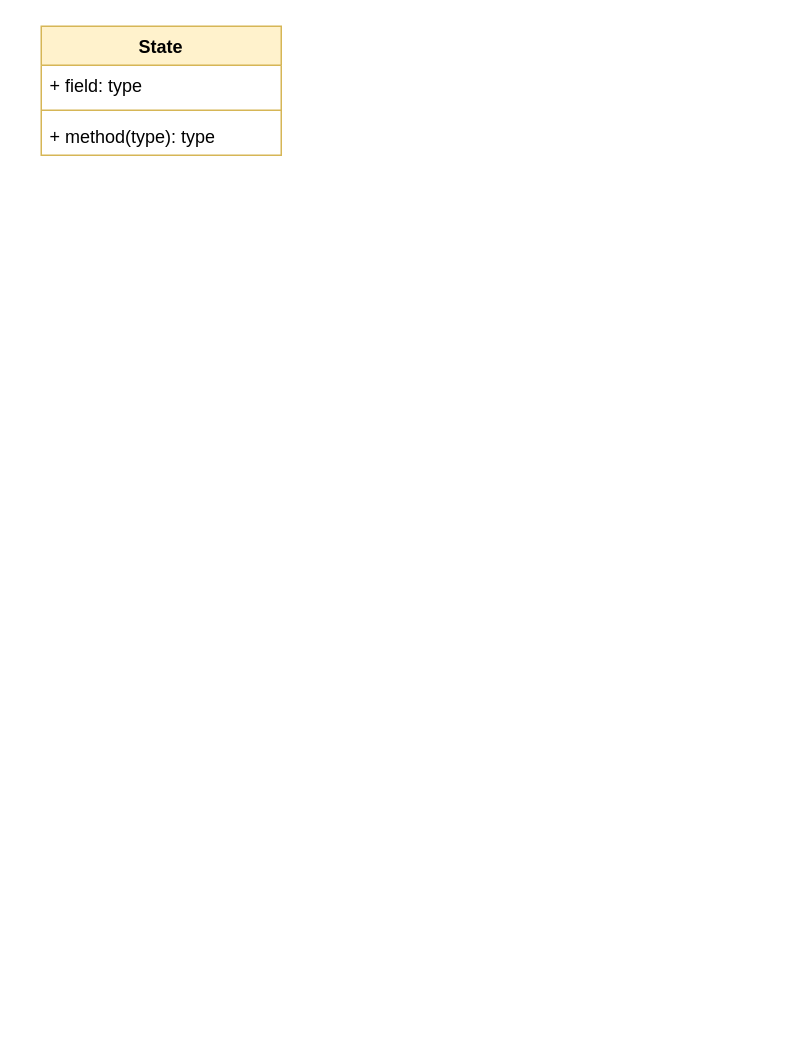
Noah-B-Reef/CS-3560-Homework-3 keeps this draw.io diagram as Q3B.drawio. Above is the earlier version. Source tidied: cells renumbered, new cells numbered last; positions are measured from the earlier drawing's top-left corner, leaving out a move shared by most shapes. Both pictures are drawn from the tidied source at 150%, with x=0, y=0 at pixel (40, 26).
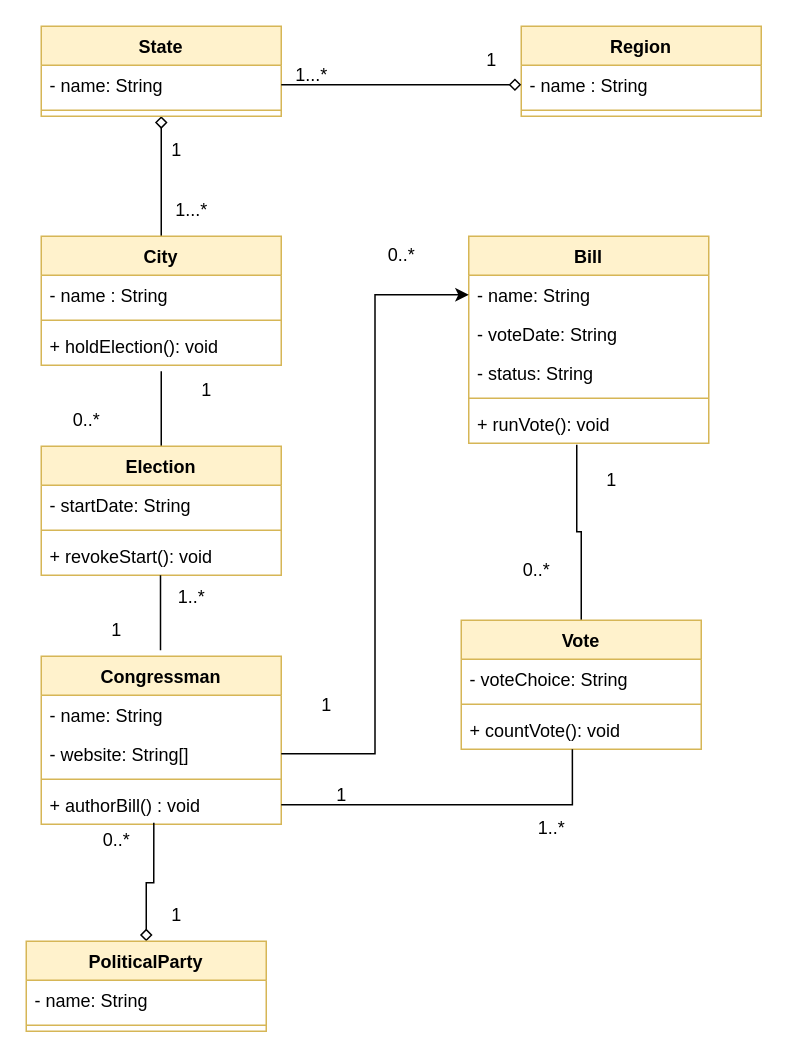
The same page after the edit.

Diff of the diagram source:
```diff
@@
+    <mxCell id="6" style="edgeStyle=orthogonalEdgeStyle;rounded=0;jettySize=auto;html=1;exitX=0.5;exitY=1;exitDx=0;exitDy=0;entryX=0.5;entryY=0;entryDx=0;entryDy=0;startArrow=diamond;startFill=0;endArrow=none;endFill=0;" parent="1" edge="1" source="2" target="10">
+      <mxGeometry relative="1" as="geometry" />
+    </mxCell>
     <mxCell id="2" value="State" style="swimlane;fontStyle=1;align=center;verticalAlign=top;horizontal=1;startSize=26;whiteSpace=wrap;html=1;fillColor=#fff2cc;strokeColor=#d6b656;" parent="1" vertex="1">
-      <mxGeometry width="160" height="86" as="geometry" />
+      <mxGeometry width="160" height="60" as="geometry" />
     </mxCell>
-    <mxCell id="3" value="+ field: type" style="text;strokeColor=none;fillColor=none;align=left;verticalAlign=top;spacingLeft=4;spacingRight=4;overflow=hidden;points=[[0,0.5],[1,0.5]];portConstraint=eastwest;whiteSpace=wrap;html=1;" parent="2" vertex="1">
+    <mxCell id="3" value="- name: String" style="text;strokeColor=none;fillColor=none;align=left;verticalAlign=top;spacingLeft=4;spacingRight=4;overflow=hidden;points=[[0,0.5],[1,0.5]];portConstraint=eastwest;whiteSpace=wrap;html=1;" parent="2" vertex="1">
       <mxGeometry y="26" width="160" height="26" as="geometry" />
     </mxCell>
@@
-    <mxCell id="5" value="+ method(type): type" style="text;strokeColor=none;fillColor=none;align=left;verticalAlign=top;spacingLeft=4;spacingRight=4;overflow=hidden;whiteSpace=wrap;html=1;" parent="2" vertex="1">
-      <mxGeometry y="60" width="160" height="26" as="geometry" />
-    </mxCell>
+    <mxCell id="7" value="Region" style="swimlane;fontStyle=1;align=center;verticalAlign=top;horizontal=1;startSize=26;whiteSpace=wrap;html=1;fillColor=#fff2cc;strokeColor=#d6b656;" parent="1" vertex="1">
+      <mxGeometry x="320" width="160" height="60" as="geometry" />
+    </mxCell>
+    <mxCell id="8" value="- name : String" style="text;strokeColor=none;fillColor=none;align=left;verticalAlign=top;spacingLeft=4;spacingRight=4;overflow=hidden;points=[[0,0.5],[1,0.5]];portConstraint=eastwest;whiteSpace=wrap;html=1;" parent="7" vertex="1">
+      <mxGeometry y="26" width="160" height="26" as="geometry" />
+    </mxCell>
+    <mxCell id="9" style="line;strokeWidth=1;fillColor=none;align=left;verticalAlign=middle;spacingTop=-1;spacingLeft=3;spacingRight=3;labelPosition=right;strokeColor=inherit;" parent="7" vertex="1">
+      <mxGeometry y="52" width="160" height="8" as="geometry" />
+    </mxCell>
+    <mxCell id="10" value="City" style="swimlane;fontStyle=1;align=center;verticalAlign=top;horizontal=1;startSize=26;whiteSpace=wrap;html=1;fillColor=#fff2cc;strokeColor=#d6b656;" parent="1" vertex="1">
+      <mxGeometry y="140" width="160" height="86" as="geometry" />
+    </mxCell>
+    <mxCell id="11" value="- name : String&amp;nbsp;" style="text;strokeColor=none;fillColor=none;align=left;verticalAlign=top;spacingLeft=4;spacingRight=4;overflow=hidden;whiteSpace=wrap;html=1;" parent="10" vertex="1">
+      <mxGeometry y="26" width="160" height="26" as="geometry" />
+    </mxCell>
+    <mxCell id="12" style="line;strokeWidth=1;fillColor=none;align=left;verticalAlign=middle;spacingTop=-1;spacingLeft=3;spacingRight=3;labelPosition=right;strokeColor=inherit;" parent="10" vertex="1">
+      <mxGeometry y="52" width="160" height="8" as="geometry" />
+    </mxCell>
+    <mxCell id="13" value="+ holdElection(): void" style="text;strokeColor=none;fillColor=none;align=left;verticalAlign=top;spacingLeft=4;spacingRight=4;overflow=hidden;whiteSpace=wrap;html=1;" parent="10" vertex="1">
+      <mxGeometry y="60" width="160" height="26" as="geometry" />
+    </mxCell>
+    <mxCell id="14" style="edgeStyle=orthogonalEdgeStyle;rounded=0;jettySize=auto;html=1;exitX=0.5;exitY=0;exitDx=0;exitDy=0;endArrow=none;endFill=0;" parent="1" edge="1" source="15">
+      <mxGeometry relative="1" as="geometry">
+        <mxPoint x="80" y="230" as="targetPoint" />
+      </mxGeometry>
+    </mxCell>
+    <mxCell id="15" value="Election" style="swimlane;fontStyle=1;align=center;verticalAlign=top;horizontal=1;startSize=26;whiteSpace=wrap;html=1;fillColor=#fff2cc;strokeColor=#d6b656;" parent="1" vertex="1">
+      <mxGeometry y="280" width="160" height="86" as="geometry" />
+    </mxCell>
+    <mxCell id="16" value="- startDate: String" style="text;strokeColor=none;fillColor=none;align=left;verticalAlign=top;spacingLeft=4;spacingRight=4;overflow=hidden;whiteSpace=wrap;html=1;" parent="15" vertex="1">
+      <mxGeometry y="26" width="160" height="26" as="geometry" />
+    </mxCell>
+    <mxCell id="17" style="line;strokeWidth=1;fillColor=none;align=left;verticalAlign=middle;spacingTop=-1;spacingLeft=3;spacingRight=3;labelPosition=right;strokeColor=inherit;" parent="15" vertex="1">
+      <mxGeometry y="52" width="160" height="8" as="geometry" />
+    </mxCell>
+    <mxCell id="18" value="+ revokeStart(): void" style="text;strokeColor=none;fillColor=none;align=left;verticalAlign=top;spacingLeft=4;spacingRight=4;overflow=hidden;whiteSpace=wrap;html=1;" parent="15" vertex="1">
+      <mxGeometry y="60" width="160" height="26" as="geometry" />
+    </mxCell>
+    <mxCell id="19" value="Bill" style="swimlane;fontStyle=1;align=center;verticalAlign=top;horizontal=1;startSize=26;whiteSpace=wrap;html=1;fillColor=#fff2cc;strokeColor=#d6b656;" parent="1" vertex="1">
+      <mxGeometry x="285" y="140" width="160" height="138" as="geometry" />
+    </mxCell>
+    <mxCell id="20" value="- name: String" style="text;strokeColor=none;fillColor=none;align=left;verticalAlign=top;spacingLeft=4;spacingRight=4;overflow=hidden;points=[[0,0.5],[1,0.5]];portConstraint=eastwest;whiteSpace=wrap;html=1;" parent="19" vertex="1">
+      <mxGeometry y="26" width="160" height="26" as="geometry" />
+    </mxCell>
+    <mxCell id="21" value="- voteDate: String" style="text;strokeColor=none;fillColor=none;align=left;verticalAlign=top;spacingLeft=4;spacingRight=4;overflow=hidden;whiteSpace=wrap;html=1;" parent="19" vertex="1">
+      <mxGeometry y="52" width="160" height="26" as="geometry" />
+    </mxCell>
+    <mxCell id="22" value="- status: String" style="text;strokeColor=none;fillColor=none;align=left;verticalAlign=top;spacingLeft=4;spacingRight=4;overflow=hidden;whiteSpace=wrap;html=1;" parent="19" vertex="1">
+      <mxGeometry y="78" width="160" height="26" as="geometry" />
+    </mxCell>
+    <mxCell id="23" style="line;strokeWidth=1;fillColor=none;align=left;verticalAlign=middle;spacingTop=-1;spacingLeft=3;spacingRight=3;labelPosition=right;strokeColor=inherit;" parent="19" vertex="1">
+      <mxGeometry y="104" width="160" height="8" as="geometry" />
+    </mxCell>
+    <mxCell id="24" value="+ runVote(): void" style="text;strokeColor=none;fillColor=none;align=left;verticalAlign=top;spacingLeft=4;spacingRight=4;overflow=hidden;points=[[0,0.5],[1,0.5]];portConstraint=eastwest;whiteSpace=wrap;html=1;" parent="19" vertex="1">
+      <mxGeometry y="112" width="160" height="26" as="geometry" />
+    </mxCell>
+    <mxCell id="25" value="Congressman" style="swimlane;fontStyle=1;align=center;verticalAlign=top;horizontal=1;startSize=26;whiteSpace=wrap;html=1;fillColor=#fff2cc;strokeColor=#d6b656;" parent="1" vertex="1">
+      <mxGeometry y="420" width="160" height="112" as="geometry" />
+    </mxCell>
+    <mxCell id="26" value="- name: String" style="text;strokeColor=none;fillColor=none;align=left;verticalAlign=top;spacingLeft=4;spacingRight=4;overflow=hidden;whiteSpace=wrap;html=1;" parent="25" vertex="1">
+      <mxGeometry y="26" width="160" height="26" as="geometry" />
+    </mxCell>
+    <mxCell id="27" value="- website: String[]" style="text;strokeColor=none;fillColor=none;align=left;verticalAlign=top;spacingLeft=4;spacingRight=4;overflow=hidden;points=[[0,0.5],[1,0.5]];portConstraint=eastwest;whiteSpace=wrap;html=1;" parent="25" vertex="1">
+      <mxGeometry y="52" width="160" height="26" as="geometry" />
+    </mxCell>
+    <mxCell id="28" style="line;strokeWidth=1;fillColor=none;align=left;verticalAlign=middle;spacingTop=-1;spacingLeft=3;spacingRight=3;labelPosition=right;strokeColor=inherit;" parent="25" vertex="1">
+      <mxGeometry y="78" width="160" height="8" as="geometry" />
+    </mxCell>
+    <mxCell id="29" value="+ authorBill() : void" style="text;strokeColor=none;fillColor=none;align=left;verticalAlign=top;spacingLeft=4;spacingRight=4;overflow=hidden;points=[[0,0.5],[1,0.5]];portConstraint=eastwest;whiteSpace=wrap;html=1;" parent="25" vertex="1">
+      <mxGeometry y="86" width="160" height="26" as="geometry" />
+    </mxCell>
+    <mxCell id="30" style="edgeStyle=orthogonalEdgeStyle;rounded=0;jettySize=auto;html=1;exitX=0.5;exitY=0;exitDx=0;exitDy=0;entryX=0.45;entryY=1.038;entryDx=0;entryDy=0;entryPerimeter=0;endArrow=none;endFill=0;" parent="1" edge="1" source="31" target="24">
+      <mxGeometry relative="1" as="geometry" />
+    </mxCell>
+    <mxCell id="31" value="Vote" style="swimlane;fontStyle=1;align=center;verticalAlign=top;horizontal=1;startSize=26;whiteSpace=wrap;html=1;fillColor=#fff2cc;strokeColor=#d6b656;" parent="1" vertex="1">
+      <mxGeometry x="280" y="396" width="160" height="86" as="geometry" />
+    </mxCell>
+    <mxCell id="32" value="- voteChoice: String" style="text;strokeColor=none;fillColor=none;align=left;verticalAlign=top;spacingLeft=4;spacingRight=4;overflow=hidden;whiteSpace=wrap;html=1;" parent="31" vertex="1">
+      <mxGeometry y="26" width="160" height="26" as="geometry" />
+    </mxCell>
+    <mxCell id="33" style="line;strokeWidth=1;fillColor=none;align=left;verticalAlign=middle;spacingTop=-1;spacingLeft=3;spacingRight=3;labelPosition=right;strokeColor=inherit;" parent="31" vertex="1">
+      <mxGeometry y="52" width="160" height="8" as="geometry" />
+    </mxCell>
+    <mxCell id="34" value="+ countVote(): void" style="text;strokeColor=none;fillColor=none;align=left;verticalAlign=top;spacingLeft=4;spacingRight=4;overflow=hidden;points=[[0,0.5],[1,0.5]];portConstraint=eastwest;whiteSpace=wrap;html=1;" parent="31" vertex="1">
+      <mxGeometry y="60" width="160" height="26" as="geometry" />
+    </mxCell>
+    <mxCell id="35" style="edgeStyle=orthogonalEdgeStyle;rounded=0;jettySize=auto;html=1;exitX=0.5;exitY=0;exitDx=0;exitDy=0;entryX=0.469;entryY=0.962;entryDx=0;entryDy=0;entryPerimeter=0;endArrow=none;endFill=0;startArrow=diamond;startFill=0;" parent="1" edge="1" source="36" target="29">
+      <mxGeometry relative="1" as="geometry" />
+    </mxCell>
+    <mxCell id="36" value="PoliticalParty" style="swimlane;fontStyle=1;align=center;verticalAlign=top;horizontal=1;startSize=26;whiteSpace=wrap;html=1;fillColor=#fff2cc;strokeColor=#d6b656;" parent="1" vertex="1">
+      <mxGeometry x="-10" y="610" width="160" height="60" as="geometry" />
+    </mxCell>
+    <mxCell id="37" value="- name: String" style="text;strokeColor=none;fillColor=none;align=left;verticalAlign=top;spacingLeft=4;spacingRight=4;overflow=hidden;whiteSpace=wrap;html=1;" parent="36" vertex="1">
+      <mxGeometry y="26" width="160" height="26" as="geometry" />
+    </mxCell>
+    <mxCell id="38" style="line;strokeWidth=1;fillColor=none;align=left;verticalAlign=middle;spacingTop=-1;spacingLeft=3;spacingRight=3;labelPosition=right;strokeColor=inherit;" parent="36" vertex="1">
+      <mxGeometry y="52" width="160" height="8" as="geometry" />
+    </mxCell>
+    <mxCell id="39" style="edgeStyle=orthogonalEdgeStyle;rounded=0;jettySize=auto;html=1;exitX=0;exitY=0.5;exitDx=0;exitDy=0;entryX=1;entryY=0.5;entryDx=0;entryDy=0;startArrow=diamond;startFill=0;endArrow=none;endFill=0;" parent="1" edge="1" source="8" target="3">
+      <mxGeometry relative="1" as="geometry" />
+    </mxCell>
+    <mxCell id="40" style="edgeStyle=orthogonalEdgeStyle;rounded=0;orthogonalLoop=1;jettySize=auto;html=1;exitX=0.5;exitY=0;exitDx=0;exitDy=0;endArrow=none;endFill=0;" parent="1" edge="1">
+      <mxGeometry relative="1" as="geometry">
+        <mxPoint x="79.5" y="416" as="sourcePoint" />
+        <mxPoint x="79.5" y="366" as="targetPoint" />
+      </mxGeometry>
+    </mxCell>
+    <mxCell id="41" value="1...*" style="text;html=1;align=center;verticalAlign=middle;strokeColor=none;fillColor=none;" parent="1" vertex="1">
+      <mxGeometry x="160" y="18" width="40" height="30" as="geometry" />
+    </mxCell>
+    <mxCell id="42" value="1" style="text;html=1;align=center;verticalAlign=middle;strokeColor=none;fillColor=none;" parent="1" vertex="1">
+      <mxGeometry x="285" y="8" width="30" height="30" as="geometry" />
+    </mxCell>
+    <mxCell id="43" value="1" style="text;html=1;align=center;verticalAlign=middle;strokeColor=none;fillColor=none;" parent="1" vertex="1">
+      <mxGeometry x="75" y="68" width="30" height="30" as="geometry" />
+    </mxCell>
+    <mxCell id="44" value="1...*" style="text;html=1;align=center;verticalAlign=middle;strokeColor=none;fillColor=none;" parent="1" vertex="1">
+      <mxGeometry x="80" y="108" width="40" height="30" as="geometry" />
+    </mxCell>
+    <mxCell id="45" value="1" style="text;html=1;align=center;verticalAlign=middle;strokeColor=none;fillColor=none;" parent="1" vertex="1">
+      <mxGeometry x="95" y="228" width="30" height="30" as="geometry" />
+    </mxCell>
+    <mxCell id="46" value="0..*" style="text;html=1;align=center;verticalAlign=middle;strokeColor=none;fillColor=none;" parent="1" vertex="1">
+      <mxGeometry x="10" y="248" width="40" height="30" as="geometry" />
+    </mxCell>
+    <mxCell id="47" value="1..*" style="text;html=1;align=center;verticalAlign=middle;strokeColor=none;fillColor=none;" parent="1" vertex="1">
+      <mxGeometry x="80" y="366" width="40" height="30" as="geometry" />
+    </mxCell>
+    <mxCell id="48" value="1" style="text;html=1;align=center;verticalAlign=middle;strokeColor=none;fillColor=none;" parent="1" vertex="1">
+      <mxGeometry x="35" y="388" width="30" height="30" as="geometry" />
+    </mxCell>
+    <mxCell id="49" value="1" style="text;html=1;align=center;verticalAlign=middle;strokeColor=none;fillColor=none;" parent="1" vertex="1">
+      <mxGeometry x="75" y="578" width="30" height="30" as="geometry" />
+    </mxCell>
+    <mxCell id="50" value="0..*" style="text;html=1;align=center;verticalAlign=middle;strokeColor=none;fillColor=none;" parent="1" vertex="1">
+      <mxGeometry x="30" y="528" width="40" height="30" as="geometry" />
+    </mxCell>
+    <mxCell id="51" style="edgeStyle=orthogonalEdgeStyle;rounded=0;jettySize=auto;html=1;exitX=1;exitY=0.5;exitDx=0;exitDy=0;entryX=0;entryY=0.5;entryDx=0;entryDy=0;" parent="1" edge="1" source="27" target="20">
+      <mxGeometry relative="1" as="geometry" />
+    </mxCell>
+    <mxCell id="52" style="edgeStyle=orthogonalEdgeStyle;rounded=0;jettySize=auto;html=1;exitX=1;exitY=0.5;exitDx=0;exitDy=0;entryX=0.463;entryY=1;entryDx=0;entryDy=0;entryPerimeter=0;endArrow=none;endFill=0;" parent="1" edge="1" source="29" target="34">
+      <mxGeometry relative="1" as="geometry" />
+    </mxCell>
+    <mxCell id="53" value="1" style="text;html=1;align=center;verticalAlign=middle;strokeColor=none;fillColor=none;" parent="1" vertex="1">
+      <mxGeometry x="175" y="438" width="30" height="30" as="geometry" />
+    </mxCell>
+    <mxCell id="54" value="0..*" style="text;html=1;align=center;verticalAlign=middle;strokeColor=none;fillColor=none;" parent="1" vertex="1">
+      <mxGeometry x="220" y="138" width="40" height="30" as="geometry" />
+    </mxCell>
+    <mxCell id="55" value="1" style="text;html=1;align=center;verticalAlign=middle;strokeColor=none;fillColor=none;" parent="1" vertex="1">
+      <mxGeometry x="365" y="288" width="30" height="30" as="geometry" />
+    </mxCell>
+    <mxCell id="56" value="0..*" style="text;html=1;align=center;verticalAlign=middle;strokeColor=none;fillColor=none;" parent="1" vertex="1">
+      <mxGeometry x="310" y="348" width="40" height="30" as="geometry" />
+    </mxCell>
+    <mxCell id="57" value="1" style="text;html=1;align=center;verticalAlign=middle;strokeColor=none;fillColor=none;" parent="1" vertex="1">
+      <mxGeometry x="185" y="498" width="30" height="30" as="geometry" />
+    </mxCell>
+    <mxCell id="58" value="1..*" style="text;html=1;align=center;verticalAlign=middle;strokeColor=none;fillColor=none;" parent="1" vertex="1">
+      <mxGeometry x="320" y="520" width="40" height="30" as="geometry" />
+    </mxCell>
```
